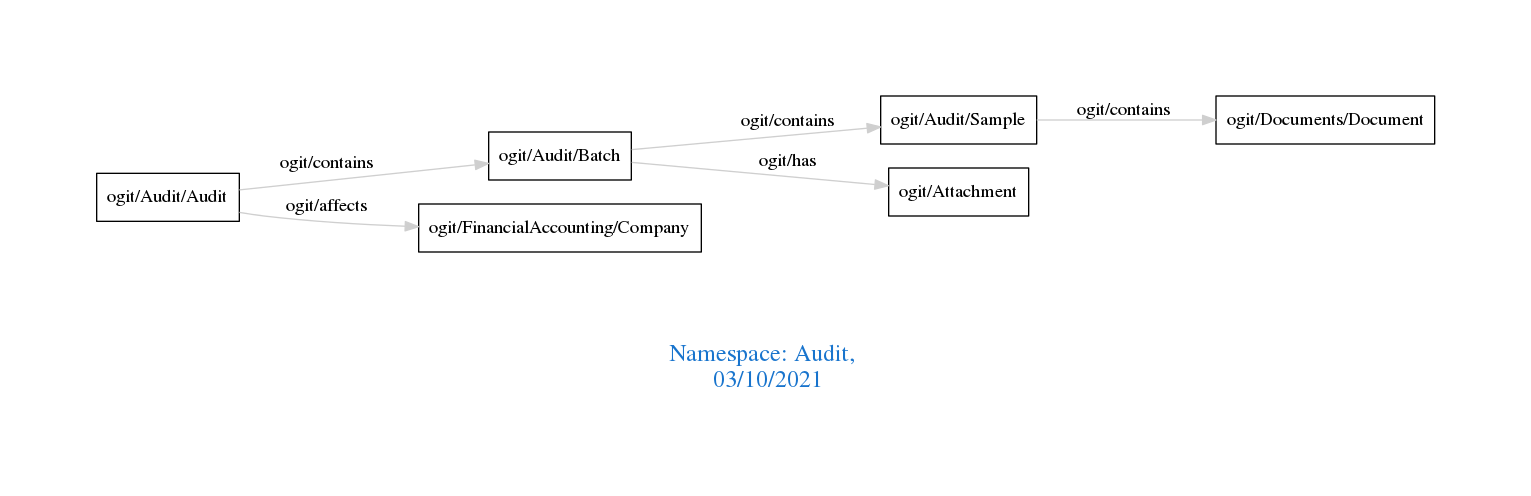
Before: downloads/Audit.png, a diagram exported from Graphviz (arago/OGIT). Its source is kept beside it as downloads/Audit.dot. The source it was exported from:
```dot
digraph OGIT_ontology {
 graph [ rankdir= LR,pad=1
fontsize = 18,
fontcolor= dodgerblue3,label = "\n\n\nNamespace: Audit, \n 03/10/2021"];
node[shape=polygon];
edge [  color="gray81"];

   "ogit/Audit/Audit" -> "ogit/Audit/Batch" [label="   ogit/contains    "];
   "ogit/Audit/Batch" -> "ogit/Audit/Sample" [label="   ogit/contains    "];
   "ogit/Audit/Sample" -> "ogit/Documents/Document" [label="   ogit/contains    "];
   "ogit/Audit/Audit" -> "ogit/FinancialAccounting/Company" [label="   ogit/affects    "];
   "ogit/Audit/Batch" -> "ogit/Attachment" [label="   ogit/has    "];
}
```
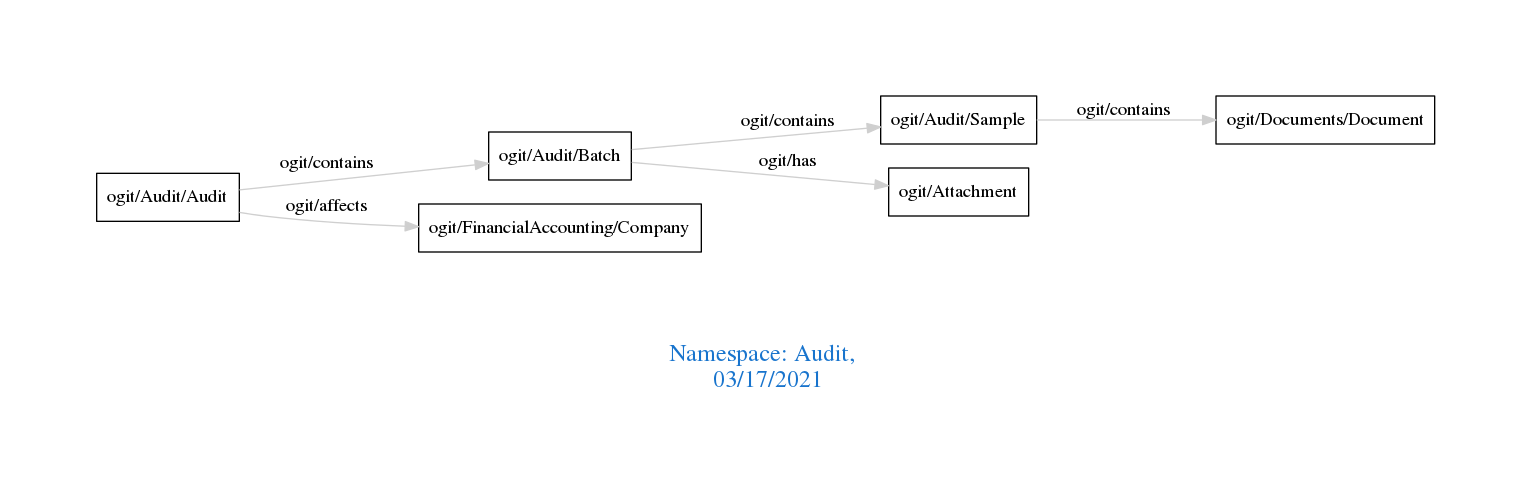
Above is the later version.

What changed in the source:
```diff
@@ -1,7 +1,7 @@
 digraph OGIT_ontology {
  graph [ rankdir= LR,pad=1
 fontsize = 18,
-fontcolor= dodgerblue3,label = "\n\n\nNamespace: Audit, \n 03/10/2021"];
+fontcolor= dodgerblue3,label = "\n\n\nNamespace: Audit, \n 03/17/2021"];
 node[shape=polygon];
 edge [  color="gray81"];
 
```
